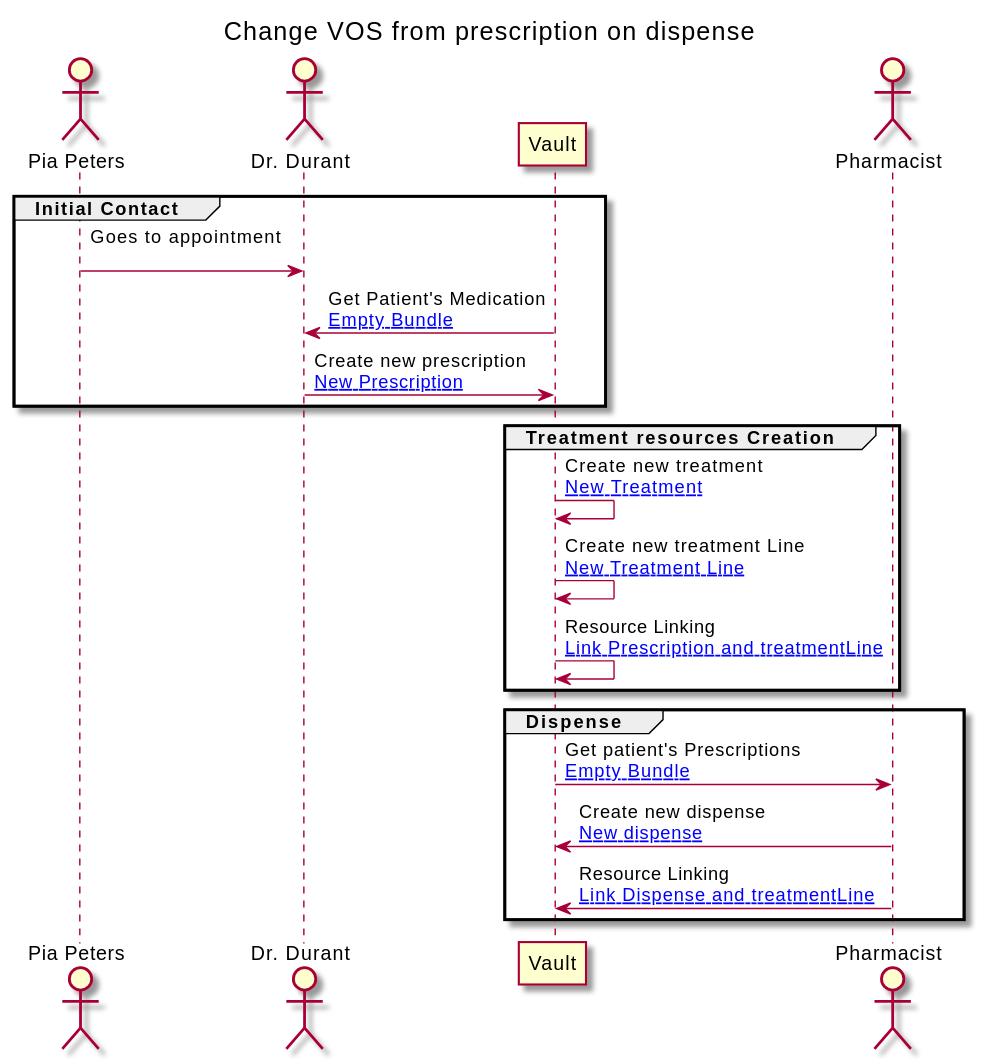
Earlier version of the PlantUML export branches/master/ExampleScenario-example-2-scenario.svg (jcostateixeira/riziv-medication-record).
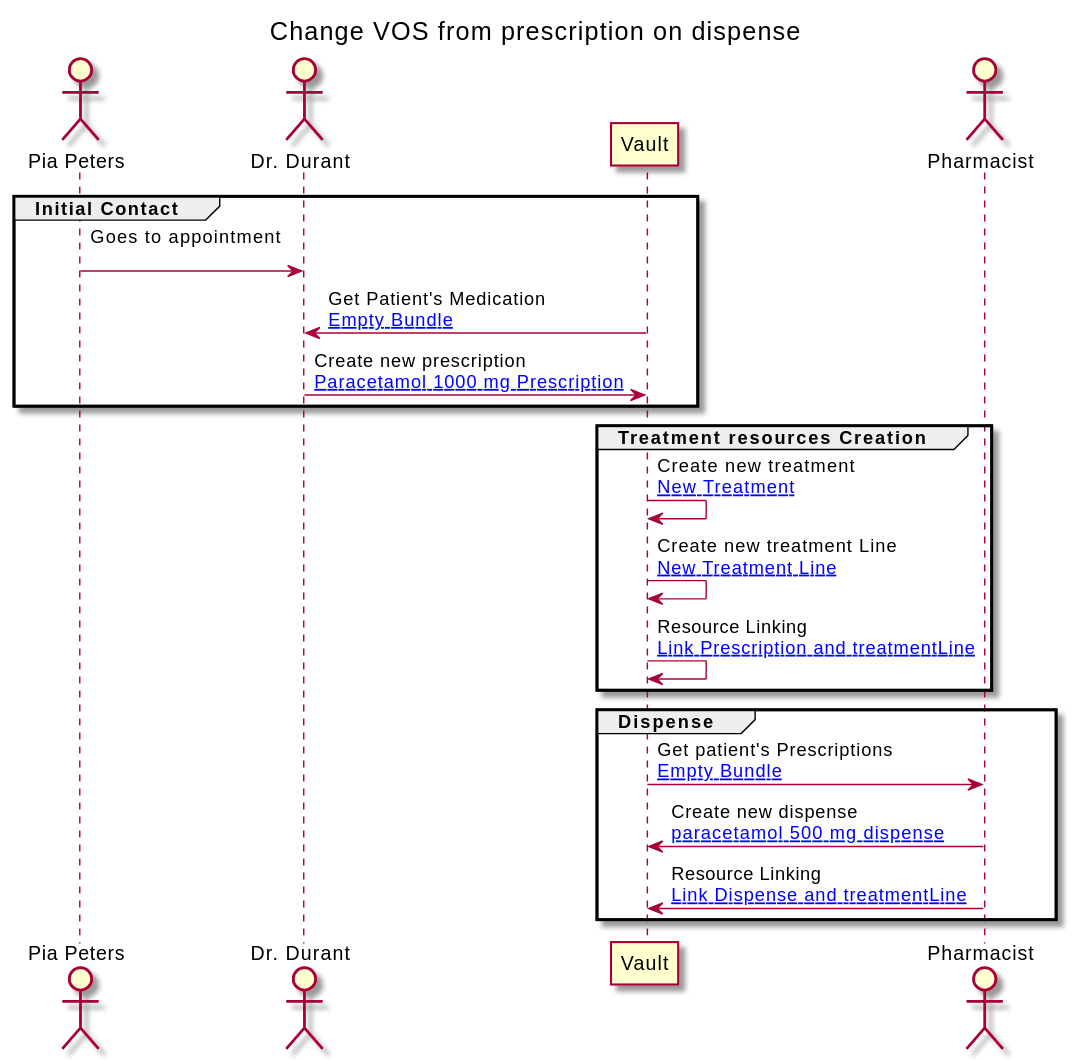
The same file after the commit.

What changed in the source:
```diff
@@ -17,7 +17,7 @@
 
 PATIENT -> GP : Goes to appointment\n
 VAULT -> GP : Get Patient's Medication\n[[ExampleScenario-example-2-scenario-resources.html#EB Empty Bundle]]
-GP -> VAULT : Create new prescription\n[[ExampleScenario-example-2-scenario-resources.html#2a-prescription New Prescription]]
+GP -> VAULT : Create new prescription\n[[ExampleScenario-example-2-scenario-resources.html#2a-prescription Paracetamol 1000 mg Prescription]]
 end
 
 group Treatment resources Creation
@@ -30,7 +30,7 @@
 group Dispense
 
 VAULT -> PHARM : Get patient's Prescriptions\n[[ExampleScenario-example-2-scenario-resources.html#EB Empty Bundle]]
-PHARM -> VAULT : Create new dispense\n[[ExampleScenario-example-2-scenario-resources.html#2a-dispense New dispense]]
+PHARM -> VAULT : Create new dispense\n[[ExampleScenario-example-2-scenario-resources.html#2a-dispense paracetamol 500 mg dispense]]
 PHARM -> VAULT : Resource Linking\n[[ExampleScenario-example-2-scenario-resources.html#2-2-provenance Link Dispense and treatmentLine]]
 end
 
```
